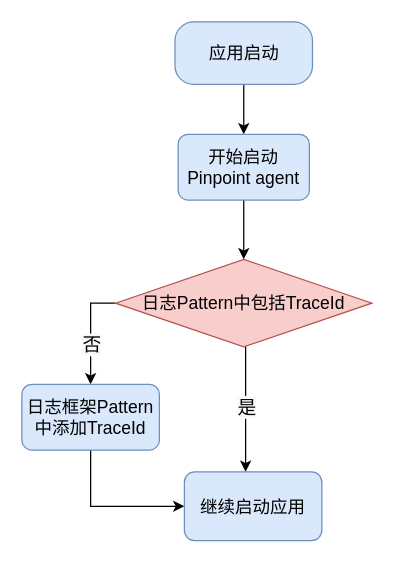
Above: page "eagle全链路日志原理" (4 of 10) of Untitled Diagram.drawio in maxuewen/draw.io (draw.io), before the change. Source tidied: cells renumbered, new cells numbered last; positions are measured from the earlier drawing's top-left corner, leaving out a move shared by most shapes. Both pictures are drawn from the tidied source at 125%, with x=0, y=0 at pixel (21, 21).
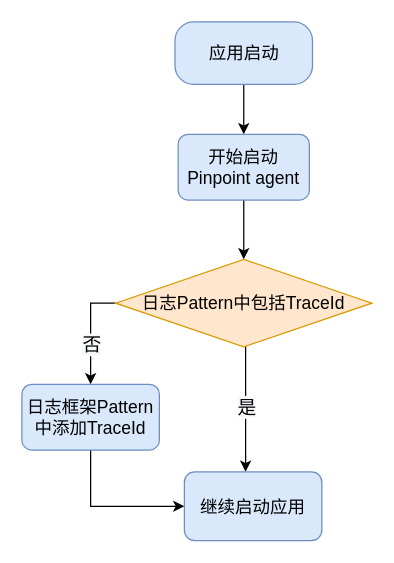
The same page after the edit.

What changed in the source:
```diff
@@
 <mxGraphModel>
   <root>
     <mxCell id="0" />
     <mxCell id="1" parent="0" />
     <mxCell id="2" style="edgeStyle=orthogonalEdgeStyle;rounded=0;sketch=0;jettySize=auto;html=1;entryX=0.5;entryY=0;entryDx=0;entryDy=0;shadow=0;labelBackgroundColor=none;fontSize=15;strokeWidth=1;fillColor=none;" parent="1" edge="1" source="3" target="11">
       <mxGeometry relative="1" as="geometry" />
     </mxCell>
     <mxCell id="3" value="应用启动" style="rounded=1;whiteSpace=wrap;html=1;labelBackgroundColor=none;fontSize=14;strokeWidth=1;imageHeight=24;arcSize=30;fillColor=#dae8fc;strokeColor=#6c8ebf;" parent="1" vertex="1">
       <mxGeometry x="122.5" width="110" height="50" as="geometry" />
     </mxCell>
     <mxCell id="4" style="edgeStyle=elbowEdgeStyle;rounded=0;sketch=0;jettySize=auto;html=1;entryX=0.5;entryY=0;entryDx=0;entryDy=0;shadow=0;labelBackgroundColor=none;fontSize=15;strokeWidth=1;fillColor=none;elbow=vertical;" parent="1" edge="1" source="8" target="13">
       <mxGeometry relative="1" as="geometry">
         <Array as="points">
           <mxPoint x="50" y="225" />
         </Array>
       </mxGeometry>
     </mxCell>
     <mxCell id="5" value="&lt;span style=&quot;color: rgb(0, 0, 0); font-size: 15px; background-color: rgb(248, 249, 250);&quot;&gt;否&lt;/span&gt;" style="edgeLabel;html=1;align=center;verticalAlign=middle;fontSize=14;fontColor=#808080;" parent="4" vertex="1">
       <mxGeometry x="0.19" relative="1" as="geometry">
         <mxPoint y="1" as="offset" />
       </mxGeometry>
     </mxCell>
     <mxCell id="6" style="edgeStyle=elbowEdgeStyle;rounded=0;sketch=0;jettySize=auto;html=1;entryX=0.445;entryY=0;entryDx=0;entryDy=0;entryPerimeter=0;shadow=0;labelBackgroundColor=none;fontSize=15;strokeWidth=1;fillColor=none;" parent="1" edge="1" source="8" target="9">
       <mxGeometry relative="1" as="geometry" />
     </mxCell>
     <mxCell id="7" value="&lt;span style=&quot;color: rgb(0, 0, 0); font-size: 15px; background-color: rgb(248, 249, 250);&quot;&gt;是&lt;/span&gt;" style="edgeLabel;html=1;align=center;verticalAlign=middle;fontSize=14;fontColor=#808080;" parent="6" vertex="1">
       <mxGeometry x="-0.04" y="-1" relative="1" as="geometry">
         <mxPoint x="1" as="offset" />
       </mxGeometry>
     </mxCell>
-    <mxCell id="8" value="日志Pattern中包括TraceId" style="rhombus;whiteSpace=wrap;html=1;labelBackgroundColor=none;fontSize=14;strokeWidth=1;fillColor=#f8cecc;strokeColor=#b85450;" parent="1" vertex="1">
+    <mxCell id="8" value="日志Pattern中包括TraceId" style="rhombus;whiteSpace=wrap;html=1;labelBackgroundColor=none;fontSize=14;strokeWidth=1;fillColor=#ffe6cc;strokeColor=#d79b00;" parent="1" vertex="1">
       <mxGeometry x="75" y="190" width="205" height="70" as="geometry" />
     </mxCell>
     <mxCell id="9" value="继续启动应用" style="rounded=1;whiteSpace=wrap;html=1;labelBackgroundColor=none;fontSize=14;strokeWidth=1;fillColor=#dae8fc;strokeColor=#6c8ebf;" parent="1" vertex="1">
       <mxGeometry x="130" y="360" width="110" height="55" as="geometry" />
     </mxCell>
     <mxCell id="10" style="edgeStyle=orthogonalEdgeStyle;rounded=0;sketch=0;jettySize=auto;html=1;shadow=0;labelBackgroundColor=none;fontSize=15;strokeWidth=1;fillColor=none;" parent="1" edge="1" source="11" target="8">
       <mxGeometry relative="1" as="geometry" />
     </mxCell>
     <mxCell id="11" value="开始启动&lt;br style=&quot;font-size: 14px;&quot;&gt;Pinpoint agent" style="rounded=1;whiteSpace=wrap;html=1;labelBackgroundColor=none;fontSize=14;strokeWidth=1;fillColor=#dae8fc;strokeColor=#6c8ebf;" parent="1" vertex="1">
       <mxGeometry x="125" y="90" width="105" height="52.5" as="geometry" />
     </mxCell>
     <mxCell id="12" style="edgeStyle=elbowEdgeStyle;rounded=0;sketch=0;jettySize=auto;html=1;entryX=0;entryY=0.5;entryDx=0;entryDy=0;shadow=0;labelBackgroundColor=none;fontSize=15;strokeWidth=1;fillColor=none;" parent="1" edge="1" source="13" target="9">
       <mxGeometry relative="1" as="geometry">
         <Array as="points">
           <mxPoint x="55" y="350" />
         </Array>
       </mxGeometry>
     </mxCell>
     <mxCell id="13" value="日志框架Pattern中添加TraceId" style="rounded=1;whiteSpace=wrap;html=1;labelBackgroundColor=none;fontSize=14;strokeWidth=1;fillColor=#dae8fc;strokeColor=#6c8ebf;" parent="1" vertex="1">
       <mxGeometry y="290" width="110" height="52.5" as="geometry" />
     </mxCell>
   </root>
 </mxGraphModel>
```
